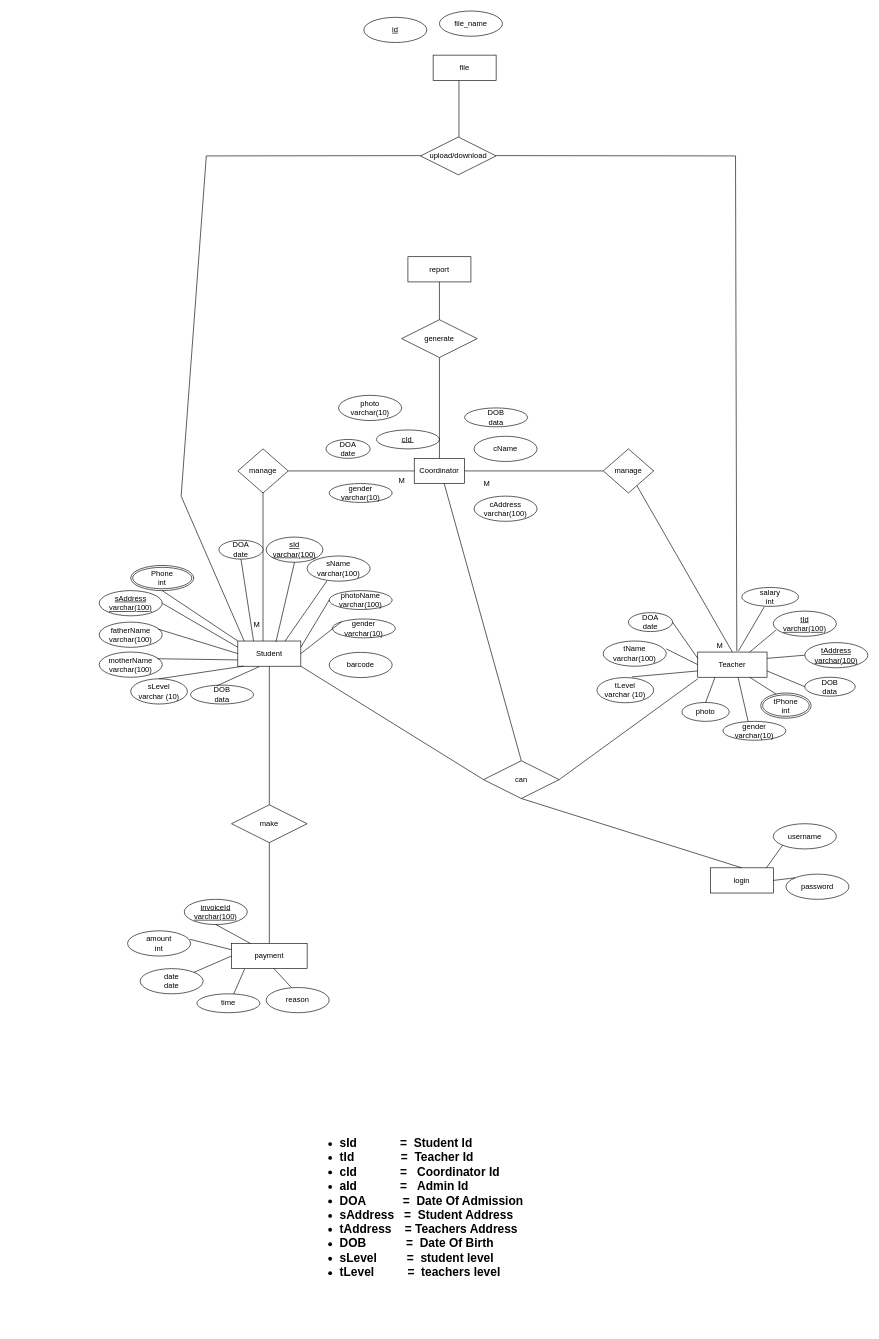
Dulara-Akalanka/Group-Software-Project keeps this draw.io diagram as ER-Diagram.drawio. Above is the earlier version. Source tidied: cells renumbered, new cells numbered last; positions are measured from the earlier drawing's top-left corner, leaving out a move shared by most shapes. Both pictures are drawn from the tidied source at 63%, with x=0, y=0 at pixel (99, 11).
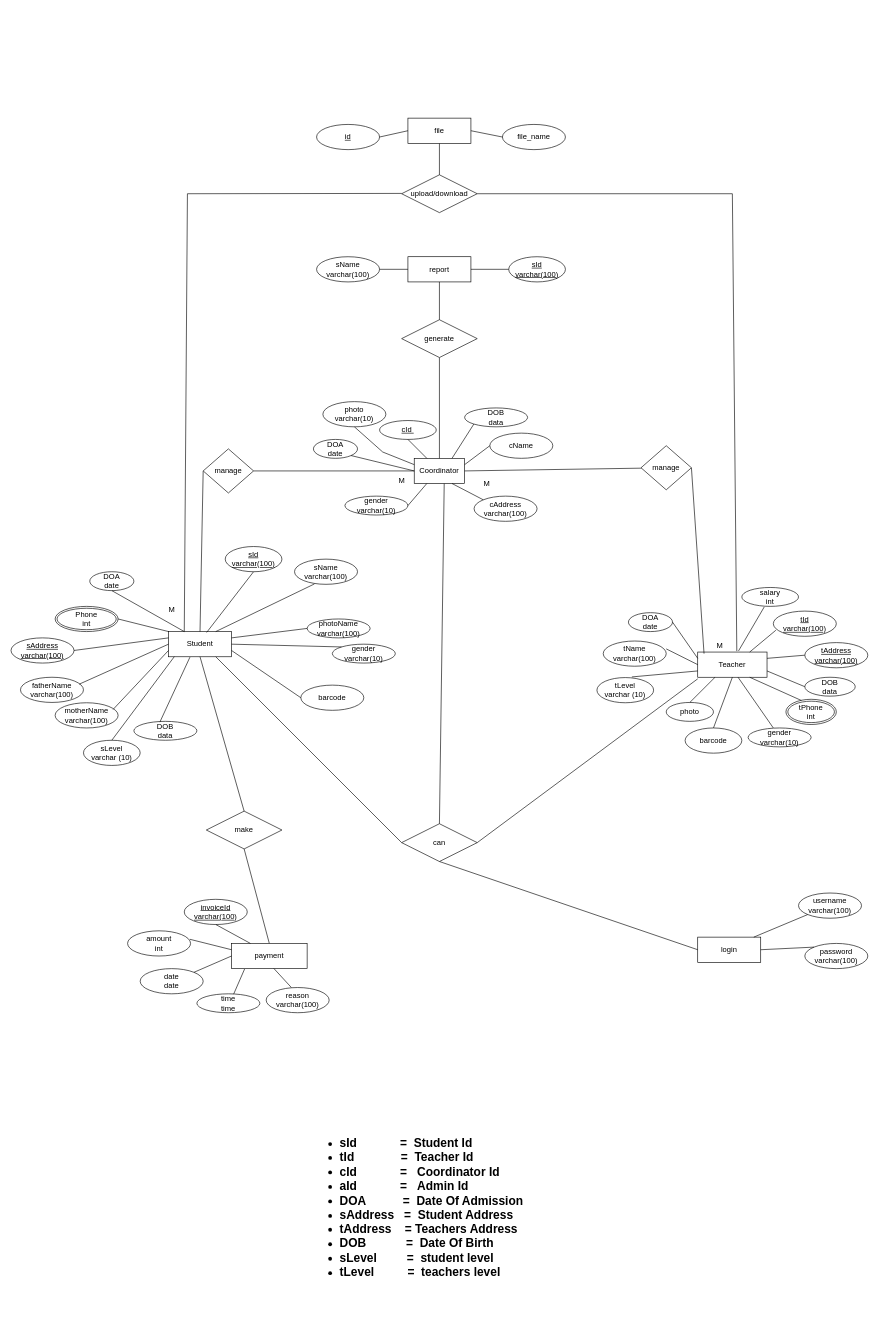
The same page after the edit.

Unchanged cells that the change refers to:
```xml
<mxCell id="3" value="Teacher" style="whiteSpace=wrap;html=1;align=center;" parent="1" vertex="1">
  <mxGeometry x="950" y="1017.5" width="110" height="40" as="geometry" />
</mxCell>
<mxCell id="29" value="Coordinator" style="whiteSpace=wrap;html=1;align=center;" parent="1" vertex="1">
  <mxGeometry x="500" y="710" width="80" height="40" as="geometry" />
</mxCell>
<mxCell id="66" value="cAddress&lt;br&gt;varchar(100)" style="ellipse;whiteSpace=wrap;html=1;align=center;" parent="1" vertex="1">
  <mxGeometry x="595" y="770" width="100" height="40" as="geometry" />
</mxCell>
<mxCell id="70" value="DOB&lt;br&gt;data" style="ellipse;whiteSpace=wrap;html=1;align=center;" parent="1" vertex="1">
  <mxGeometry x="580" y="630" width="100" height="30" as="geometry" />
</mxCell>
<mxCell id="101" value="report" style="whiteSpace=wrap;html=1;align=center;" parent="1" vertex="1">
  <mxGeometry x="490" y="390" width="100" height="40" as="geometry" />
</mxCell>
```

Change to the diagram source:
```diff
@@
     <mxCell id="2" value="Student" style="whiteSpace=wrap;html=1;align=center;" parent="1" vertex="1">
-      <mxGeometry x="220" y="1000" width="100" height="40" as="geometry" />
+      <mxGeometry x="110" y="985" width="100" height="40" as="geometry" />
     </mxCell>
@@
     <mxCell id="4" value="sId&lt;br&gt;varchar(100)" style="ellipse;whiteSpace=wrap;html=1;align=center;fontStyle=4;" parent="1" vertex="1">
-      <mxGeometry x="265" y="835" width="90" height="40" as="geometry" />
+      <mxGeometry x="200" y="850" width="90" height="40" as="geometry" />
     </mxCell>
     <mxCell id="5" value="sName&lt;br&gt;varchar(100)" style="ellipse;whiteSpace=wrap;html=1;align=center;" parent="1" vertex="1">
-      <mxGeometry x="330" y="865" width="100" height="40" as="geometry" />
+      <mxGeometry x="310" y="870" width="100" height="40" as="geometry" />
     </mxCell>
@@
     <mxCell id="8" value="sAddress&lt;br&gt;varchar(100)" style="ellipse;whiteSpace=wrap;html=1;align=center;fontStyle=4;" parent="1" vertex="1">
-      <mxGeometry y="920" width="100" height="40" as="geometry" />
+      <mxGeometry x="-140" y="995" width="100" height="40" as="geometry" />
     </mxCell>
@@
     <mxCell id="10" value="Phone&lt;br&gt;int" style="ellipse;shape=doubleEllipse;margin=3;whiteSpace=wrap;html=1;align=center;" parent="1" vertex="1">
-      <mxGeometry x="50" y="880" width="100" height="40" as="geometry" />
+      <mxGeometry x="-70" y="945" width="100" height="40" as="geometry" />
     </mxCell>
     <mxCell id="11" value="tPhone&lt;br&gt;int" style="ellipse;shape=doubleEllipse;margin=3;whiteSpace=wrap;html=1;align=center;" parent="1" vertex="1">
-      <mxGeometry x="1050" y="1082.5" width="80" height="40" as="geometry" />
+      <mxGeometry x="1090" y="1092.5" width="80" height="40" as="geometry" />
     </mxCell>
     <mxCell id="12" value="motherName&lt;br&gt;varchar(100)" style="ellipse;whiteSpace=wrap;html=1;align=center;" parent="1" vertex="1">
-      <mxGeometry y="1017.5" width="100" height="40" as="geometry" />
+      <mxGeometry x="-70" y="1098" width="100" height="40" as="geometry" />
     </mxCell>
     <mxCell id="13" value="fatherName&lt;br&gt;varchar(100)" style="ellipse;whiteSpace=wrap;html=1;align=center;" parent="1" vertex="1">
-      <mxGeometry y="970" width="100" height="40" as="geometry" />
+      <mxGeometry x="-125" y="1057.5" width="100" height="40" as="geometry" />
     </mxCell>
     <mxCell id="14" value="DOB&lt;br&gt;data" style="ellipse;whiteSpace=wrap;html=1;align=center;" parent="1" vertex="1">
-      <mxGeometry x="145" y="1070" width="100" height="30" as="geometry" />
+      <mxGeometry x="55" y="1127.5" width="100" height="30" as="geometry" />
     </mxCell>
     <mxCell id="15" value="gender&lt;br&gt;varchar(10)" style="ellipse;whiteSpace=wrap;html=1;align=center;" parent="1" vertex="1">
-      <mxGeometry x="370" y="965" width="100" height="30" as="geometry" />
+      <mxGeometry x="370" y="1005" width="100" height="30" as="geometry" />
     </mxCell>
     <mxCell id="16" value="photoName&lt;br&gt;varchar(100)" style="ellipse;whiteSpace=wrap;html=1;align=center;" parent="1" vertex="1">
-      <mxGeometry x="365" y="920" width="100" height="30" as="geometry" />
+      <mxGeometry x="330" y="965" width="100" height="30" as="geometry" />
     </mxCell>
     <mxCell id="17" value="photo" style="ellipse;whiteSpace=wrap;html=1;align=center;" parent="1" vertex="1">
-      <mxGeometry x="925" y="1097.5" width="75" height="30" as="geometry" />
+      <mxGeometry x="900" y="1097.5" width="75" height="30" as="geometry" />
     </mxCell>
@@
-    <mxCell id="26" style="endArrow=none;html=1;rounded=0;exitX=0;exitY=0;exitDx=0;exitDy=0;entryX=0.5;entryY=1;entryDx=0;entryDy=0;" parent="1" edge="1" source="2" target="10">
+    <mxCell id="26" style="endArrow=none;html=1;rounded=0;exitX=0;exitY=0;exitDx=0;exitDy=0;entryX=1;entryY=0.5;entryDx=0;entryDy=0;" parent="1" edge="1" source="2" target="10">
       <mxGeometry relative="1" as="geometry" />
     </mxCell>
@@
     <mxCell id="28" value="gender&lt;br&gt;varchar(10)" style="ellipse;whiteSpace=wrap;html=1;align=center;" parent="1" vertex="1">
-      <mxGeometry x="990" y="1127.5" width="100" height="30" as="geometry" />
+      <mxGeometry x="1030" y="1138" width="100" height="30" as="geometry" />
     </mxCell>
@@
-    <mxCell id="31" style="endArrow=none;html=1;rounded=0;" parent="1" edge="1" target="35">
-      <mxGeometry relative="1" as="geometry">
-        <mxPoint x="260" y="1000" as="sourcePoint" />
-      </mxGeometry>
+    <mxCell id="31" style="endArrow=none;html=1;rounded=0;entryX=0;entryY=0.5;entryDx=0;entryDy=0;exitX=0.5;exitY=0;exitDx=0;exitDy=0;" parent="1" edge="1" source="2" target="35">
+      <mxGeometry relative="1" as="geometry" />
     </mxCell>
@@
     <mxCell id="33" value="M" style="text;html=1;align=center;verticalAlign=middle;strokeColor=none;fillColor=none;" parent="1" vertex="1">
-      <mxGeometry x="235" y="960" width="30" height="30" as="geometry" />
+      <mxGeometry x="100" y="935" width="30" height="30" as="geometry" />
     </mxCell>
-    <mxCell id="34" style="endArrow=none;html=1;rounded=0;" parent="1" edge="1" target="35">
-      <mxGeometry relative="1" as="geometry">
-        <mxPoint x="260" y="730" as="sourcePoint" />
-      </mxGeometry>
-    </mxCell>
     <mxCell id="35" value="manage" style="rhombus;whiteSpace=wrap;html=1;" parent="1" vertex="1">
-      <mxGeometry x="220" y="695" width="80" height="70" as="geometry" />
+      <mxGeometry x="165" y="695" width="80" height="70" as="geometry" />
     </mxCell>
-    <mxCell id="36" style="endArrow=none;html=1;rounded=0;exitX=1;exitY=0.5;exitDx=0;exitDy=0;startArrow=none;" parent="1" edge="1" source="39">
-      <mxGeometry relative="1" as="geometry">
-        <mxPoint x="830" y="730" as="targetPoint" />
-      </mxGeometry>
-    </mxCell>
-    <mxCell id="37" style="endArrow=none;html=1;rounded=0;exitX=0.5;exitY=0;exitDx=0;exitDy=0;" parent="1" edge="1" source="3">
-      <mxGeometry relative="1" as="geometry">
-        <mxPoint x="840" y="730" as="targetPoint" />
-      </mxGeometry>
+    <mxCell id="37" style="endArrow=none;html=1;rounded=0;exitX=0.091;exitY=0.063;exitDx=0;exitDy=0;entryX=1;entryY=0.5;entryDx=0;entryDy=0;exitPerimeter=0;" parent="1" edge="1" source="3" target="39">
+      <mxGeometry relative="1" as="geometry" />
     </mxCell>
@@
     <mxCell id="39" value="manage" style="rhombus;whiteSpace=wrap;html=1;" parent="1" vertex="1">
-      <mxGeometry x="800" y="695" width="80" height="70" as="geometry" />
+      <mxGeometry x="860" y="690" width="80" height="70" as="geometry" />
     </mxCell>
@@
     <mxCell id="42" value="DOA&lt;br&gt;date" style="ellipse;whiteSpace=wrap;html=1;" parent="1" vertex="1">
-      <mxGeometry x="190" y="840" width="70" height="30" as="geometry" />
+      <mxGeometry x="-15" y="890" width="70" height="30" as="geometry" />
     </mxCell>
@@
     <mxCell id="56" value="&lt;u&gt;cId&amp;nbsp;&lt;/u&gt;" style="ellipse;whiteSpace=wrap;html=1;" parent="1" vertex="1">
-      <mxGeometry x="440" y="665" width="100" height="30" as="geometry" />
+      <mxGeometry x="445" y="650" width="90" height="30" as="geometry" />
     </mxCell>
@@
     <mxCell id="58" value="make" style="shape=rhombus;perimeter=rhombusPerimeter;whiteSpace=wrap;html=1;align=center;" parent="1" vertex="1">
-      <mxGeometry x="210" y="1260" width="120" height="60" as="geometry" />
+      <mxGeometry x="170" y="1270" width="120" height="60" as="geometry" />
     </mxCell>
@@
-    <mxCell id="64" value="time" style="ellipse;whiteSpace=wrap;html=1;align=center;" parent="1" vertex="1">
+    <mxCell id="64" value="time&lt;br&gt;time" style="ellipse;whiteSpace=wrap;html=1;align=center;" parent="1" vertex="1">
       <mxGeometry x="155" y="1560" width="100" height="30" as="geometry" />
     </mxCell>
     <mxCell id="65" value="cName" style="ellipse;whiteSpace=wrap;html=1;align=center;" parent="1" vertex="1">
-      <mxGeometry x="595" y="675" width="100" height="40" as="geometry" />
+      <mxGeometry x="620" y="670" width="100" height="40" as="geometry" />
     </mxCell>
@@
     <mxCell id="67" value="photo&lt;br&gt;varchar(10)" style="ellipse;whiteSpace=wrap;html=1;align=center;" parent="1" vertex="1">
-      <mxGeometry x="380" y="610" width="100" height="40" as="geometry" />
+      <mxGeometry x="355" y="620" width="100" height="40" as="geometry" />
     </mxCell>
     <mxCell id="68" value="gender&lt;br&gt;varchar(10)" style="ellipse;whiteSpace=wrap;html=1;align=center;" parent="1" vertex="1">
-      <mxGeometry x="365" y="750" width="100" height="30" as="geometry" />
+      <mxGeometry x="390" y="770" width="100" height="30" as="geometry" />
     </mxCell>
-    <mxCell id="69" value="reason" style="ellipse;whiteSpace=wrap;html=1;align=center;" parent="1" vertex="1">
+    <mxCell id="69" value="reason&lt;br&gt;varchar(100)" style="ellipse;whiteSpace=wrap;html=1;align=center;" parent="1" vertex="1">
       <mxGeometry x="265" y="1550" width="100" height="40" as="geometry" />
     </mxCell>
@@
     <mxCell id="71" value="DOA&lt;br&gt;date" style="ellipse;whiteSpace=wrap;html=1;" parent="1" vertex="1">
-      <mxGeometry x="360" y="680" width="70" height="30" as="geometry" />
+      <mxGeometry x="340" y="680" width="70" height="30" as="geometry" />
     </mxCell>
     <mxCell id="72" value="sLevel&lt;br&gt;varchar (10)" style="ellipse;whiteSpace=wrap;html=1;align=center;" parent="1" vertex="1">
-      <mxGeometry x="50" y="1060" width="90" height="40" as="geometry" />
+      <mxGeometry x="-25" y="1157.5" width="90" height="40" as="geometry" />
     </mxCell>
@@
     <mxCell id="82" value="barcode" style="ellipse;whiteSpace=wrap;html=1;align=center;" parent="1" vertex="1">
-      <mxGeometry x="365" y="1018" width="100" height="40" as="geometry" />
+      <mxGeometry x="320" y="1070" width="100" height="40" as="geometry" />
     </mxCell>
     <mxCell id="83" value="can" style="shape=rhombus;perimeter=rhombusPerimeter;whiteSpace=wrap;html=1;align=center;" parent="1" vertex="1">
-      <mxGeometry x="610" y="1190" width="120" height="60" as="geometry" />
+      <mxGeometry x="480" y="1290" width="120" height="60" as="geometry" />
     </mxCell>
     <mxCell id="84" value="login" style="whiteSpace=wrap;html=1;align=center;" parent="1" vertex="1">
-      <mxGeometry x="970" y="1360" width="100" height="40" as="geometry" />
+      <mxGeometry x="950" y="1470" width="100" height="40" as="geometry" />
     </mxCell>
-    <mxCell id="85" style="endArrow=none;html=1;rounded=0;exitX=0.5;exitY=1;exitDx=0;exitDy=0;entryX=0.5;entryY=0;entryDx=0;entryDy=0;" parent="1" edge="1" source="83" target="84">
+    <mxCell id="85" style="endArrow=none;html=1;rounded=0;exitX=0.5;exitY=1;exitDx=0;exitDy=0;entryX=0;entryY=0.5;entryDx=0;entryDy=0;" parent="1" edge="1" source="83" target="84">
       <mxGeometry relative="1" as="geometry" />
     </mxCell>
-    <mxCell id="86" style="endArrow=none;html=1;rounded=0;exitX=1;exitY=1;exitDx=0;exitDy=0;entryX=0;entryY=0.5;entryDx=0;entryDy=0;" parent="1" edge="1" source="2" target="83">
+    <mxCell id="86" style="endArrow=none;html=1;rounded=0;exitX=0.75;exitY=1;exitDx=0;exitDy=0;entryX=0;entryY=0.5;entryDx=0;entryDy=0;" parent="1" edge="1" source="2" target="83">
       <mxGeometry relative="1" as="geometry" />
     </mxCell>
@@
-    <mxCell id="89" value="username" style="ellipse;whiteSpace=wrap;html=1;align=center;" parent="1" vertex="1">
-      <mxGeometry x="1070" y="1290" width="100" height="40" as="geometry" />
+    <mxCell id="89" value="username&lt;br&gt;varchar(100)" style="ellipse;whiteSpace=wrap;html=1;align=center;" parent="1" vertex="1">
+      <mxGeometry x="1110" y="1400" width="100" height="40" as="geometry" />
     </mxCell>
-    <mxCell id="90" value="password" style="ellipse;whiteSpace=wrap;html=1;align=center;" parent="1" vertex="1">
-      <mxGeometry x="1090" y="1370" width="100" height="40" as="geometry" />
+    <mxCell id="90" value="password&lt;br&gt;varchar(100)" style="ellipse;whiteSpace=wrap;html=1;align=center;" parent="1" vertex="1">
+      <mxGeometry x="1120" y="1480" width="100" height="40" as="geometry" />
     </mxCell>
@@
     <mxCell id="93" value="upload/download" style="shape=rhombus;perimeter=rhombusPerimeter;whiteSpace=wrap;html=1;align=center;" parent="1" vertex="1">
-      <mxGeometry x="510" y="200" width="120" height="60" as="geometry" />
+      <mxGeometry x="480" y="260" width="120" height="60" as="geometry" />
     </mxCell>
-    <mxCell id="94" style="endArrow=none;html=1;rounded=0;entryX=0.5;entryY=1;entryDx=0;entryDy=0;" parent="1" edge="1">
+    <mxCell id="94" style="endArrow=none;html=1;rounded=0;entryX=0.5;entryY=1;entryDx=0;entryDy=0;" parent="1" edge="1" target="100">
       <mxGeometry relative="1" as="geometry">
-        <mxPoint x="571" y="200" as="sourcePoint" />
-        <mxPoint x="571" y="110" as="targetPoint" />
+        <mxPoint x="540" y="260" as="sourcePoint" />
       </mxGeometry>
     </mxCell>
-    <mxCell id="95" style="endArrow=none;html=1;rounded=0;entryX=0.564;entryY=-0.037;entryDx=0;entryDy=0;entryPerimeter=0;" parent="1" edge="1" target="3">
+    <mxCell id="95" style="endArrow=none;html=1;rounded=0;entryX=0.564;entryY=-0.037;entryDx=0;entryDy=0;entryPerimeter=0;exitX=1;exitY=0.5;exitDx=0;exitDy=0;" parent="1" edge="1" source="93" target="3">
       <mxGeometry relative="1" as="geometry">
-        <mxPoint x="630" y="229.5" as="sourcePoint" />
         <Array as="points">
-          <mxPoint x="1010" y="230" />
+          <mxPoint x="1005" y="290" />
         </Array>
       </mxGeometry>
     </mxCell>
-    <mxCell id="96" style="endArrow=none;html=1;rounded=0;" parent="1" edge="1">
+    <mxCell id="96" style="endArrow=none;html=1;rounded=0;exitX=0.25;exitY=0;exitDx=0;exitDy=0;" parent="1" edge="1" source="2">
       <mxGeometry relative="1" as="geometry">
-        <mxPoint x="230" y="1000" as="sourcePoint" />
-        <mxPoint x="510" y="229.5" as="targetPoint" />
+        <mxPoint x="480" y="289.5" as="targetPoint" />
         <Array as="points">
-          <mxPoint x="130" y="770" />
-          <mxPoint x="170" y="230" />
+          <mxPoint x="140" y="290" />
         </Array>
       </mxGeometry>
     </mxCell>
     <mxCell id="97" value="id&lt;br&gt;" style="ellipse;whiteSpace=wrap;html=1;align=center;fontStyle=4;" parent="1" vertex="1">
-      <mxGeometry x="420" y="10" width="100" height="40" as="geometry" />
+      <mxGeometry x="345" y="180" width="100" height="40" as="geometry" />
     </mxCell>
     <mxCell id="98" value="file_name" style="ellipse;whiteSpace=wrap;html=1;align=center;" parent="1" vertex="1">
-      <mxGeometry x="540" width="100" height="40" as="geometry" />
+      <mxGeometry x="640" y="180" width="100" height="40" as="geometry" />
     </mxCell>
@@
     <mxCell id="100" value="file" style="whiteSpace=wrap;html=1;align=center;" parent="1" vertex="1">
-      <mxGeometry x="530" y="70" width="100" height="40" as="geometry" />
+      <mxGeometry x="490" y="170" width="100" height="40" as="geometry" />
     </mxCell>
@@
+    <mxCell id="103" style="endArrow=none;html=1;rounded=0;entryX=1;entryY=0.5;entryDx=0;entryDy=0;exitX=0;exitY=0.5;exitDx=0;exitDy=0;" parent="1" edge="1" source="98" target="100">
+      <mxGeometry relative="1" as="geometry" />
+    </mxCell>
+    <mxCell id="104" style="endArrow=none;html=1;rounded=0;exitX=0;exitY=0.5;exitDx=0;exitDy=0;entryX=1;entryY=0.5;entryDx=0;entryDy=0;" parent="1" edge="1" source="100" target="97">
+      <mxGeometry relative="1" as="geometry" />
+    </mxCell>
+    <mxCell id="105" style="endArrow=none;html=1;rounded=0;entryX=0;entryY=1;entryDx=0;entryDy=0;exitX=0.75;exitY=0;exitDx=0;exitDy=0;" parent="1" edge="1" source="29" target="70">
+      <mxGeometry relative="1" as="geometry" />
+    </mxCell>
+    <mxCell id="106" style="endArrow=none;html=1;rounded=0;exitX=1;exitY=0.5;exitDx=0;exitDy=0;entryX=0.25;entryY=1;entryDx=0;entryDy=0;" parent="1" edge="1" source="68" target="29">
+      <mxGeometry relative="1" as="geometry" />
+    </mxCell>
+    <mxCell id="107" style="endArrow=none;html=1;rounded=0;exitX=0;exitY=0.25;exitDx=0;exitDy=0;entryX=0.5;entryY=1;entryDx=0;entryDy=0;" parent="1" edge="1" source="29" target="67">
+      <mxGeometry relative="1" as="geometry">
+        <Array as="points">
+          <mxPoint x="450" y="700" />
+        </Array>
+      </mxGeometry>
+    </mxCell>
+    <mxCell id="108" style="endArrow=none;html=1;rounded=0;exitX=0;exitY=0.5;exitDx=0;exitDy=0;entryX=1;entryY=1;entryDx=0;entryDy=0;" parent="1" edge="1" source="29" target="71">
+      <mxGeometry relative="1" as="geometry" />
+    </mxCell>
+    <mxCell id="109" style="endArrow=none;html=1;rounded=0;exitX=0.25;exitY=0;exitDx=0;exitDy=0;entryX=0.5;entryY=1;entryDx=0;entryDy=0;" parent="1" edge="1" source="29" target="56">
+      <mxGeometry relative="1" as="geometry" />
+    </mxCell>
+    <mxCell id="110" style="endArrow=none;html=1;rounded=0;entryX=0;entryY=0.5;entryDx=0;entryDy=0;exitX=1;exitY=0.25;exitDx=0;exitDy=0;" parent="1" edge="1" source="29" target="65">
+      <mxGeometry relative="1" as="geometry" />
+    </mxCell>
+    <mxCell id="111" style="endArrow=none;html=1;rounded=0;exitX=0;exitY=0;exitDx=0;exitDy=0;entryX=0.75;entryY=1;entryDx=0;entryDy=0;" parent="1" edge="1" source="66" target="29">
+      <mxGeometry relative="1" as="geometry" />
+    </mxCell>
+    <mxCell id="112" style="endArrow=none;html=1;rounded=0;exitX=1;exitY=0.75;exitDx=0;exitDy=0;entryX=0;entryY=0.5;entryDx=0;entryDy=0;" parent="1" edge="1" source="2" target="82">
+      <mxGeometry relative="1" as="geometry" />
+    </mxCell>
+    <mxCell id="113" value="sName&lt;br&gt;varchar(100)" style="ellipse;whiteSpace=wrap;html=1;align=center;" parent="1" vertex="1">
+      <mxGeometry x="345" y="390" width="100" height="40" as="geometry" />
+    </mxCell>
+    <mxCell id="114" style="endArrow=none;html=1;rounded=0;entryX=0;entryY=0.5;entryDx=0;entryDy=0;exitX=1;exitY=0.5;exitDx=0;exitDy=0;" parent="1" edge="1" source="113" target="101">
+      <mxGeometry relative="1" as="geometry" />
+    </mxCell>
+    <mxCell id="115" value="sId&lt;br&gt;varchar(100)" style="ellipse;whiteSpace=wrap;html=1;align=center;fontStyle=4;" parent="1" vertex="1">
+      <mxGeometry x="650" y="390" width="90" height="40" as="geometry" />
+    </mxCell>
+    <mxCell id="116" style="endArrow=none;html=1;rounded=0;exitX=1;exitY=0.5;exitDx=0;exitDy=0;entryX=0;entryY=0.5;entryDx=0;entryDy=0;" parent="1" edge="1" source="101" target="115">
+      <mxGeometry relative="1" as="geometry" />
+    </mxCell>
+    <mxCell id="117" value="barcode" style="ellipse;whiteSpace=wrap;html=1;align=center;" parent="1" vertex="1">
+      <mxGeometry x="930" y="1138" width="90" height="40" as="geometry" />
+    </mxCell>
+    <mxCell id="118" style="endArrow=none;html=1;rounded=0;entryX=0.5;entryY=1;entryDx=0;entryDy=0;exitX=0.5;exitY=0;exitDx=0;exitDy=0;" parent="1" edge="1" source="117" target="3">
+      <mxGeometry relative="1" as="geometry" />
+    </mxCell>
```
